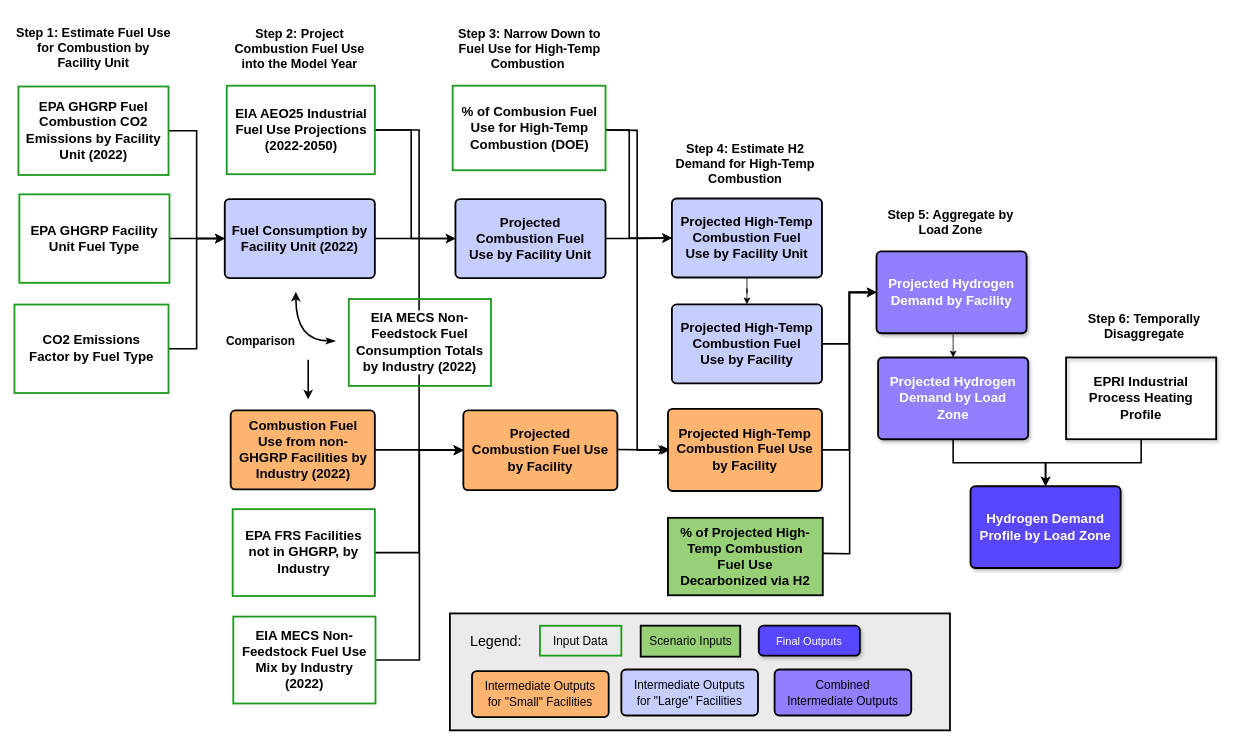
The draw.io diagram industry/industry_methodology.drawio in nkong1/wecc-h2-demand, before the edit. Source tidied: cells renumbered, new cells numbered last; positions are measured from the earlier drawing's top-left corner, leaving out a move shared by most shapes. Both pictures are drawn from the tidied source at 79%, with x=0, y=0 at pixel (14, 20).
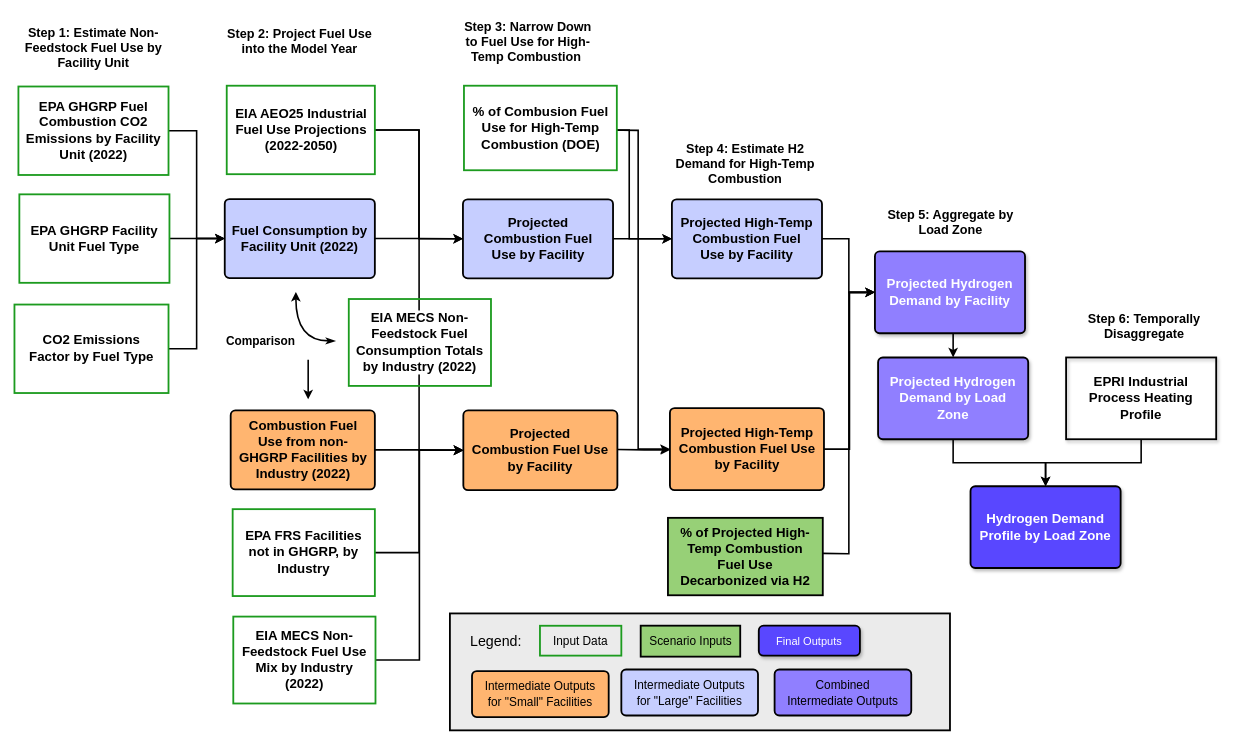
After the change.

Unchanged cells that the change refers to:
```xml
<mxCell id="9" value="EIA AEO25 Industrial Fuel Use Projections (2022-2050)" style="html=1;overflow=block;blockSpacing=1;whiteSpace=wrap;fontSize=16.8;fontStyle=1;align=center;spacing=9;strokeOpacity=100;fillOpacity=0;rounded=0;absoluteArcSize=1;arcSize=12;strokeWidth=2.3;lucidId=Ra_jEc_tzvwS;fillStyle=solid;strokeColor=light-dark(#1C9B1F,#EDEDED);" parent="1" vertex="1">
  <mxGeometry x="268.5" y="83" width="187.5" height="112" as="geometry" />
</mxCell>
<mxCell id="23" value="Fuel Consumption by Facility Unit (2022)" style="html=1;overflow=block;blockSpacing=1;whiteSpace=wrap;fontSize=16.8;fontStyle=1;align=center;spacing=9;strokeOpacity=100;fillOpacity=100;rounded=1;absoluteArcSize=1;arcSize=12;fillColor=#C6CEFF;strokeWidth=2.3;lucidId=~h6rGYWSRmal;" parent="1" vertex="1">
  <mxGeometry x="266" y="226.5" width="190" height="100" as="geometry" />
</mxCell>
<mxCell id="33" value="Projected Combustion Fuel Use by Facility" style="html=1;overflow=block;blockSpacing=1;whiteSpace=wrap;fontSize=16.8;fontStyle=1;align=center;spacing=9;strokeOpacity=100;fillOpacity=100;rounded=1;absoluteArcSize=1;arcSize=12;fillColor=#FFB570;strokeWidth=2.3;lucidId=~h6rGYWSRmal;" parent="1" vertex="1">
  <mxGeometry x="568" y="494" width="195" height="101" as="geometry" />
</mxCell>
<mxCell id="52" value="&lt;span&gt;&lt;font style=&quot;color: rgb(255, 255, 255);&quot;&gt;Projected Hydrogen Demand by Load Zone&lt;/font&gt;&lt;/span&gt;" style="html=1;overflow=block;blockSpacing=1;whiteSpace=wrap;fontSize=16.8;fontStyle=1;align=center;spacing=9;strokeOpacity=100;fillOpacity=100;rounded=1;absoluteArcSize=1;arcSize=12;strokeWidth=2.3;lucidId=Qf_jCI67Q3wd;shadow=1;fillColor=#907FFF;fontColor=#ffffff;strokeColor=#000000;" parent="1" vertex="1">
  <mxGeometry x="1093" y="427" width="190" height="103.5" as="geometry" />
</mxCell>
```

The edit, as a diff of the source:
```diff
@@
-    <mxCell id="6" value="&lt;span style=&quot;color: rgb(0, 0, 0); font-family: Helvetica; font-style: normal; font-variant-ligatures: normal; font-variant-caps: normal; letter-spacing: normal; orphans: 2; text-indent: 0px; text-transform: none; widows: 2; word-spacing: 0px; -webkit-text-stroke-width: 0px; white-space: normal; text-decoration-thickness: initial; text-decoration-style: initial; text-decoration-color: initial; float: none; display: inline !important;&quot;&gt;&lt;font style=&quot;font-size: 16px;&quot;&gt;&lt;b&gt;Step 1: Estimate Fuel Use for Combustion by Facility Unit&lt;/b&gt;&lt;/font&gt;&lt;/span&gt;" style="text;whiteSpace=wrap;html=1;align=center;fontStyle=0;" parent="1" vertex="1">
+    <mxCell id="6" value="&lt;span style=&quot;color: rgb(0, 0, 0); font-family: Helvetica; font-style: normal; font-variant-ligatures: normal; font-variant-caps: normal; letter-spacing: normal; orphans: 2; text-indent: 0px; text-transform: none; widows: 2; word-spacing: 0px; -webkit-text-stroke-width: 0px; white-space: normal; text-decoration-thickness: initial; text-decoration-style: initial; text-decoration-color: initial; float: none; display: inline !important;&quot;&gt;&lt;font style=&quot;font-size: 16px;&quot;&gt;&lt;b&gt;Step 1: Estimate Non-Feedstock Fuel Use by Facility Unit&lt;/b&gt;&lt;/font&gt;&lt;/span&gt;" style="text;whiteSpace=wrap;html=1;align=center;fontStyle=0;" parent="1" vertex="1">
       <mxGeometry x="1" width="197.5" height="70" as="geometry" />
     </mxCell>
+    <mxCell id="8" style="edgeStyle=orthogonalEdgeStyle;rounded=0;jettySize=auto;html=1;exitX=1;exitY=0.5;exitDx=0;exitDy=0;entryX=0;entryY=0.5;entryDx=0;entryDy=0;strokeWidth=2;" parent="1" edge="1" source="9" target="33">
+      <mxGeometry relative="1" as="geometry" />
+    </mxCell>
-    <mxCell id="7" style="edgeStyle=orthogonalEdgeStyle;rounded=0;jettySize=auto;html=1;entryX=0;entryY=0.5;entryDx=0;entryDy=0;strokeWidth=2;" parent="1" edge="1" source="9" target="25">
-      <mxGeometry relative="1" as="geometry">
-        <Array as="points">
-          <mxPoint x="502" y="139" />
-          <mxPoint x="502" y="277" />
-        </Array>
-      </mxGeometry>
+    <mxCell id="7" style="edgeStyle=orthogonalEdgeStyle;rounded=0;jettySize=auto;html=1;exitX=1;exitY=0.5;exitDx=0;exitDy=0;entryX=0;entryY=0.5;entryDx=0;entryDy=0;strokeWidth=2;" parent="1" edge="1" source="9" target="25">
+      <mxGeometry relative="1" as="geometry" />
     </mxCell>
-    <mxCell id="8" style="edgeStyle=orthogonalEdgeStyle;rounded=0;jettySize=auto;html=1;exitX=1;exitY=0.5;exitDx=0;exitDy=0;entryX=0;entryY=0.5;entryDx=0;entryDy=0;strokeWidth=2;" parent="1" edge="1" source="9" target="33">
-      <mxGeometry relative="1" as="geometry" />
-    </mxCell>
@@
-    <mxCell id="22" style="edgeStyle=orthogonalEdgeStyle;rounded=0;jettySize=auto;html=1;strokeWidth=2;" parent="1" edge="1" source="23" target="25">
+    <mxCell id="22" style="edgeStyle=orthogonalEdgeStyle;rounded=0;jettySize=auto;html=1;exitX=1;exitY=0.5;exitDx=0;exitDy=0;strokeColor=default;strokeWidth=2;" parent="1" edge="1" source="23" target="25">
       <mxGeometry relative="1" as="geometry" />
     </mxCell>
@@
-    <mxCell id="25" value="Projected Combustion Fuel Use by Facility Unit" style="html=1;overflow=block;blockSpacing=1;whiteSpace=wrap;fontSize=16.8;fontStyle=1;align=center;spacing=9;strokeOpacity=100;fillOpacity=100;rounded=1;absoluteArcSize=1;arcSize=12;fillColor=#C6CEFF;strokeWidth=2.3;lucidId=~h6rGYWSRmal;" parent="1" vertex="1">
-      <mxGeometry x="558" y="226.5" width="190" height="100" as="geometry" />
+    <mxCell id="25" value="Projected Combustion Fuel Use by Facility" style="html=1;overflow=block;blockSpacing=1;whiteSpace=wrap;fontSize=16.8;fontStyle=1;align=center;spacing=9;strokeOpacity=100;fillOpacity=100;rounded=1;absoluteArcSize=1;arcSize=12;fillColor=#C6CEFF;strokeWidth=2.3;lucidId=~h6rGYWSRmal;" parent="1" vertex="1">
+      <mxGeometry x="567.5" y="226.8" width="190" height="100" as="geometry" />
     </mxCell>
-    <mxCell id="26" style="edgeStyle=orthogonalEdgeStyle;rounded=0;jettySize=auto;html=1;entryX=0.5;entryY=0;entryDx=0;entryDy=0;" parent="1" edge="1" source="27" target="29">
-      <mxGeometry relative="1" as="geometry" />
-    </mxCell>
+    <mxCell id="59" style="edgeStyle=orthogonalEdgeStyle;rounded=0;jettySize=auto;html=1;exitX=1;exitY=0.5;exitDx=0;exitDy=0;entryX=0;entryY=0.5;entryDx=0;entryDy=0;strokeWidth=2;" parent="1" edge="1" source="27" target="37">
+      <mxGeometry relative="1" as="geometry">
+        <Array as="points">
+          <mxPoint x="1056" y="277" />
+          <mxPoint x="1056" y="345" />
+        </Array>
+      </mxGeometry>
+    </mxCell>
-    <mxCell id="27" value="Projected High-Temp Combustion Fuel Use by Facility Unit" style="html=1;overflow=block;blockSpacing=1;whiteSpace=wrap;fontSize=16.8;fontStyle=1;align=center;spacing=9;strokeOpacity=100;fillOpacity=100;rounded=1;absoluteArcSize=1;arcSize=12;fillColor=#C6CEFF;strokeWidth=2.3;lucidId=~h6rGYWSRmal;" parent="1" vertex="1">
-      <mxGeometry x="832" y="225.8" width="190" height="100" as="geometry" />
+    <mxCell id="27" value="Projected High-Temp Combustion Fuel Use by Facility" style="html=1;overflow=block;blockSpacing=1;whiteSpace=wrap;fontSize=16.8;fontStyle=1;align=center;spacing=9;strokeOpacity=100;fillOpacity=100;rounded=1;absoluteArcSize=1;arcSize=12;fillColor=#C6CEFF;strokeWidth=2.3;lucidId=~h6rGYWSRmal;" parent="1" vertex="1">
+      <mxGeometry x="832" y="226.8" width="190" height="100" as="geometry" />
     </mxCell>
-    <mxCell id="28" style="edgeStyle=orthogonalEdgeStyle;rounded=0;jettySize=auto;html=1;exitX=1;exitY=0.5;exitDx=0;exitDy=0;entryX=0;entryY=0.5;entryDx=0;entryDy=0;strokeWidth=2;" parent="1" edge="1" source="29" target="37">
-      <mxGeometry relative="1" as="geometry" />
-    </mxCell>
-    <mxCell id="29" value="Projected High-Temp Combustion Fuel Use by Facility" style="html=1;overflow=block;blockSpacing=1;whiteSpace=wrap;fontSize=16.8;fontStyle=1;align=center;spacing=9;strokeOpacity=100;fillOpacity=100;rounded=1;absoluteArcSize=1;arcSize=12;fillColor=#C6CEFF;strokeWidth=2.3;lucidId=~h6rGYWSRmal;" parent="1" vertex="1">
-      <mxGeometry x="832" y="359.8" width="190" height="100" as="geometry" />
-    </mxCell>
@@
     <mxCell id="35" value="Projected High-Temp Combustion Fuel Use by Facility" style="html=1;overflow=block;blockSpacing=1;whiteSpace=wrap;fontSize=16.8;fontStyle=1;align=center;spacing=9;strokeOpacity=100;fillOpacity=100;rounded=1;absoluteArcSize=1;arcSize=12;fillColor=#FFB570;strokeWidth=2.3;lucidId=~h6rGYWSRmal;" parent="1" vertex="1">
-      <mxGeometry x="827" y="492" width="195" height="104" as="geometry" />
+      <mxGeometry x="829.5" y="491" width="195" height="104" as="geometry" />
     </mxCell>
-    <mxCell id="36" style="edgeStyle=orthogonalEdgeStyle;rounded=0;jettySize=auto;html=1;exitX=0.5;exitY=1;exitDx=0;exitDy=0;entryX=0.5;entryY=0;entryDx=0;entryDy=0;" parent="1" edge="1" source="37" target="52">
+    <mxCell id="36" style="edgeStyle=orthogonalEdgeStyle;rounded=0;jettySize=auto;html=1;exitX=0.5;exitY=1;exitDx=0;exitDy=0;entryX=0.5;entryY=0;entryDx=0;entryDy=0;strokeWidth=2;" parent="1" edge="1" source="37" target="52">
       <mxGeometry relative="1" as="geometry" />
     </mxCell>
     <mxCell id="37" value="&lt;span&gt;&lt;font style=&quot;color: rgb(255, 255, 255);&quot;&gt;Projected Hydrogen Demand by Facility&lt;/font&gt;&lt;/span&gt;" style="html=1;overflow=block;blockSpacing=1;whiteSpace=wrap;fontSize=16.8;fontStyle=1;align=center;spacing=9;strokeOpacity=100;fillOpacity=100;rounded=1;absoluteArcSize=1;arcSize=12;strokeWidth=2.3;lucidId=Qf_jCI67Q3wd;shadow=1;fillColor=#907FFF;fontColor=#ffffff;strokeColor=#000000;" parent="1" vertex="1">
-      <mxGeometry x="1091" y="292.8" width="190" height="103.5" as="geometry" />
+      <mxGeometry x="1089" y="292.8" width="190" height="103.5" as="geometry" />
     </mxCell>
@@
     <mxCell id="47" value="% of Combusion Fuel Use for High-Temp Combustion (DOE)" style="html=1;overflow=block;blockSpacing=1;whiteSpace=wrap;fontSize=16.8;fontStyle=1;align=center;spacing=9;strokeOpacity=100;fillOpacity=100;rounded=0;absoluteArcSize=1;arcSize=12;fillColor=default;strokeWidth=2.3;lucidId=0c_j3FTjjWoH;strokeColor=#1C9B1F;" parent="1" vertex="1">
-      <mxGeometry x="554.5" y="83" width="193.5" height="107" as="geometry" />
+      <mxGeometry x="568.8" y="83" width="193.5" height="107" as="geometry" />
     </mxCell>
@@
-    <mxCell id="54" value="&lt;span style=&quot;color: rgb(0, 0, 0); font-family: Helvetica; font-style: normal; font-variant-ligatures: normal; font-variant-caps: normal; letter-spacing: normal; orphans: 2; text-indent: 0px; text-transform: none; widows: 2; word-spacing: 0px; -webkit-text-stroke-width: 0px; white-space: normal; text-decoration-thickness: initial; text-decoration-style: initial; text-decoration-color: initial; float: none; display: inline !important;&quot;&gt;&lt;font style=&quot;font-size: 16px;&quot;&gt;&lt;b&gt;Step 2: Project Combustion Fuel Use into the Model Year&lt;/b&gt;&lt;/font&gt;&lt;/span&gt;" style="text;whiteSpace=wrap;html=1;align=center;fontStyle=0;" parent="1" vertex="1">
+    <mxCell id="54" value="&lt;span style=&quot;color: rgb(0, 0, 0); font-family: Helvetica; font-style: normal; font-variant-ligatures: normal; font-variant-caps: normal; letter-spacing: normal; orphans: 2; text-indent: 0px; text-transform: none; widows: 2; word-spacing: 0px; -webkit-text-stroke-width: 0px; white-space: normal; text-decoration-thickness: initial; text-decoration-style: initial; text-decoration-color: initial; float: none; display: inline !important;&quot;&gt;&lt;font style=&quot;font-size: 16px;&quot;&gt;&lt;b&gt;Step 2: Project&amp;nbsp;&lt;/b&gt;&lt;b&gt;Fuel Use into the Model Year&lt;/b&gt;&lt;/font&gt;&lt;/span&gt;" style="text;whiteSpace=wrap;html=1;align=center;fontStyle=0;" parent="1" vertex="1">
       <mxGeometry x="262.2" y="1" width="197.5" height="70" as="geometry" />
     </mxCell>
-    <mxCell id="55" value="&lt;span style=&quot;color: rgb(0, 0, 0); font-family: Helvetica; font-style: normal; font-variant-ligatures: normal; font-variant-caps: normal; letter-spacing: normal; orphans: 2; text-indent: 0px; text-transform: none; widows: 2; word-spacing: 0px; -webkit-text-stroke-width: 0px; white-space: normal; text-decoration-thickness: initial; text-decoration-style: initial; text-decoration-color: initial; float: none; display: inline !important;&quot;&gt;&lt;font style=&quot;font-size: 16px;&quot;&gt;&lt;b&gt;Step 3: Narrow Down to Fuel Use for High-Temp Combustion&amp;nbsp;&lt;/b&gt;&lt;/font&gt;&lt;/span&gt;" style="text;whiteSpace=wrap;html=1;align=center;fontStyle=0;" parent="1" vertex="1">
-      <mxGeometry x="552.5" y="1" width="197.5" height="70" as="geometry" />
+    <mxCell id="55" value="&lt;span style=&quot;color: rgb(0, 0, 0); font-family: Helvetica; font-style: normal; font-variant-ligatures: normal; font-variant-caps: normal; letter-spacing: normal; orphans: 2; text-indent: 0px; text-transform: none; widows: 2; word-spacing: 0px; -webkit-text-stroke-width: 0px; white-space: normal; text-decoration-thickness: initial; text-decoration-style: initial; text-decoration-color: initial; float: none; display: inline !important;&quot;&gt;&lt;font style=&quot;font-size: 16px;&quot;&gt;&lt;b&gt;Step 3: Narrow Down to&amp;nbsp;&lt;/b&gt;&lt;b&gt;Fuel Use for High-Temp Combustion&amp;nbsp;&lt;/b&gt;&lt;/font&gt;&lt;/span&gt;" style="text;whiteSpace=wrap;html=1;align=center;fontStyle=0;" parent="1" vertex="1">
+      <mxGeometry x="551" y="-8" width="197.5" height="70" as="geometry" />
     </mxCell>
```
